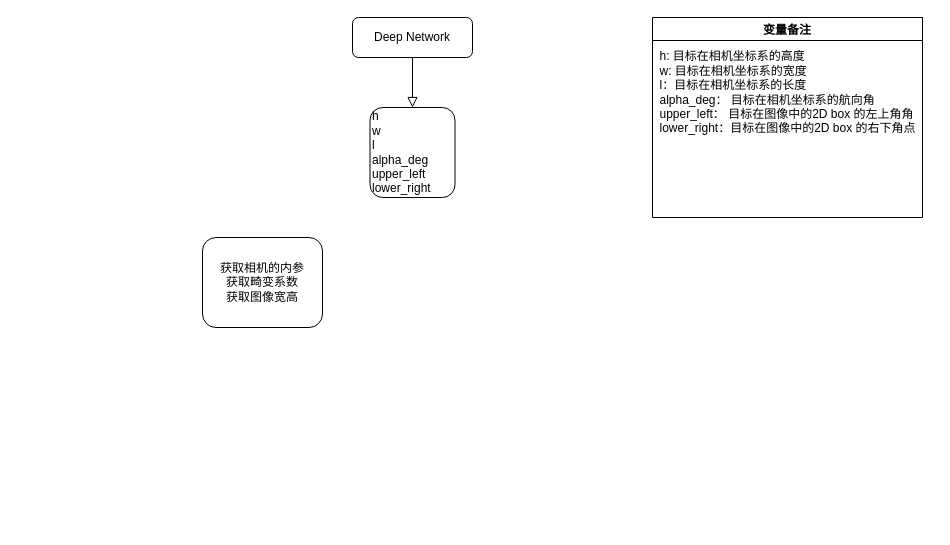
Earlier version of the draw.io diagram apollo_2d_to_3d.drawio (bugquella/diagrams). Source tidied: cells renumbered, new cells numbered last; positions are measured from the earlier drawing's top-left corner, leaving out a move shared by most shapes. Both pictures are drawn from the tidied source at 100%, with x=0, y=0 at pixel (202, 17).
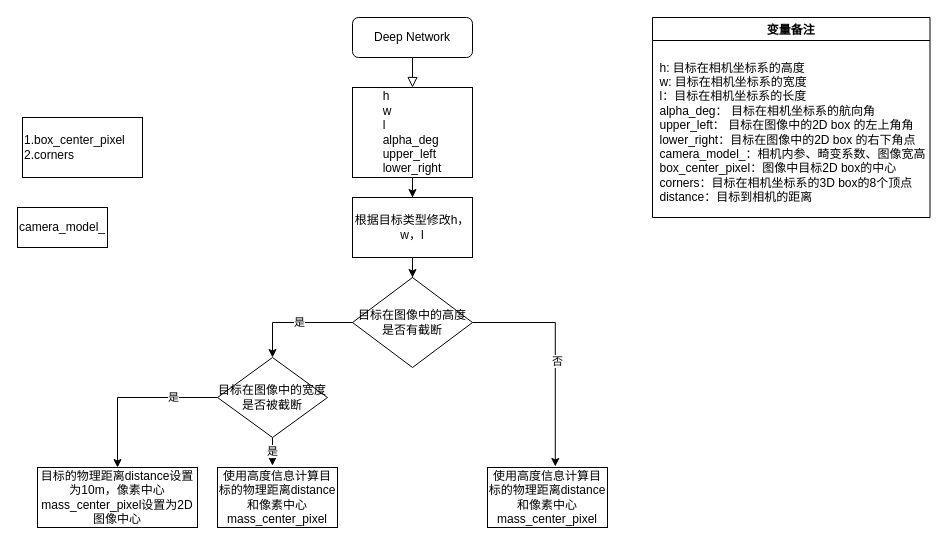
Above is the later version.

The change refers to these unchanged cells:
```xml
<mxCell id="3" value="Deep Network" style="rounded=1;whiteSpace=wrap;html=1;fontSize=12;glass=0;strokeWidth=1;shadow=0;" parent="1" vertex="1">
  <mxGeometry x="150" width="120" height="40" as="geometry" />
</mxCell>
```

Change to the diagram source:
```diff
@@
-    <mxCell id="2" style="rounded=0;html=1;jettySize=auto;fontSize=11;endArrow=block;endFill=0;endSize=8;strokeWidth=1;shadow=0;labelBackgroundColor=none;edgeStyle=orthogonalEdgeStyle;" parent="1" edge="1" source="3" target="5">
+    <mxCell id="2" style="rounded=0;html=1;jettySize=auto;fontSize=11;endArrow=block;endFill=0;endSize=8;strokeWidth=1;shadow=0;labelBackgroundColor=none;edgeStyle=orthogonalEdgeStyle;entryX=0.5;entryY=0;entryDx=0;entryDy=0;" parent="1" edge="1" source="3" target="5">
       <mxGeometry relative="1" as="geometry" />
     </mxCell>
@@
-    <mxCell id="4" value="&lt;div&gt;获取相机的内参&lt;/div&gt;&lt;div&gt;获取畸变系数&lt;br&gt;获取图像宽高&lt;br&gt;&lt;/div&gt;" style="rounded=1;whiteSpace=wrap;html=1;fontSize=12;glass=0;strokeWidth=1;shadow=0;" parent="1" vertex="1">
-      <mxGeometry y="220" width="120" height="90" as="geometry" />
-    </mxCell>
-    <mxCell id="5" value="&lt;div align=&quot;left&quot;&gt;h&lt;br&gt;w&lt;br&gt;l&lt;br&gt;alpha_deg&lt;/div&gt;&lt;div align=&quot;left&quot;&gt;upper_left&lt;br&gt;lower_right&lt;/div&gt;" style="rounded=1;whiteSpace=wrap;html=1;fontSize=12;glass=0;strokeWidth=1;shadow=0;align=left;" parent="1" vertex="1">
-      <mxGeometry x="167.5" y="90" width="85" height="90" as="geometry" />
-    </mxCell>
     <mxCell id="6" value="变量备注" style="swimlane;" parent="1" vertex="1">
-      <mxGeometry x="450" width="270" height="200" as="geometry" />
+      <mxGeometry x="450" width="277.5" height="200" as="geometry" />
     </mxCell>
-    <mxCell id="7" value="&lt;div align=&quot;left&quot;&gt;h: 目标在相机坐标系的高度&lt;br&gt;w: 目标在相机坐标系的宽度&lt;br&gt;l：目标在相机坐标系的长度&lt;br&gt;alpha_deg： 目标在相机坐标系的航向角&lt;/div&gt;&lt;div align=&quot;left&quot;&gt;upper_left： 目标在图像中的2D box 的左上角角&lt;br&gt;lower_right：目标在图像中的2D box 的右下角点&lt;/div&gt;" style="text;html=1;align=center;verticalAlign=middle;strokeColor=none;" parent="6" vertex="1">
-      <mxGeometry y="30" width="270" height="90" as="geometry" />
+    <mxCell id="7" value="&lt;div align=&quot;left&quot;&gt;h: 目标在相机坐标系的高度&lt;br&gt;w: 目标在相机坐标系的宽度&lt;br&gt;l：目标在相机坐标系的长度&lt;br&gt;alpha_deg： 目标在相机坐标系的航向角&lt;/div&gt;&lt;div align=&quot;left&quot;&gt;upper_left： 目标在图像中的2D box 的左上角角&lt;br&gt;lower_right：目标在图像中的2D box 的右下角点&lt;br&gt;&lt;div&gt;camera_model_：相机内参、畸变系数、图像宽高&lt;/div&gt;&lt;div&gt;box_center_pixel：图像中目标2D box的中心&lt;/div&gt;&lt;div&gt;corners：目标在相机坐标系的3D box的8个顶点&lt;/div&gt;&lt;div&gt;distance：目标到相机的距离&lt;/div&gt;&lt;/div&gt;" style="text;html=1;align=center;verticalAlign=middle;strokeColor=none;" parent="6" vertex="1">
+      <mxGeometry y="40" width="280" height="150" as="geometry" />
     </mxCell>
+    <mxCell id="8" style="edgeStyle=orthogonalEdgeStyle;rounded=0;jettySize=auto;html=1;" parent="1" edge="1" source="5" target="18">
+      <mxGeometry relative="1" as="geometry" />
+    </mxCell>
+    <mxCell id="5" value="&lt;div align=&quot;left&quot;&gt;h&lt;br&gt;w&lt;br&gt;l&lt;br&gt;alpha_deg&lt;/div&gt;&lt;div align=&quot;left&quot;&gt;upper_left&lt;br&gt;lower_right&lt;/div&gt;" style="rounded=0;whiteSpace=wrap;html=1;" parent="1" vertex="1">
+      <mxGeometry x="150" y="70" width="120" height="90" as="geometry" />
+    </mxCell>
+    <mxCell id="9" value="&lt;div&gt;camera_model_&lt;/div&gt;" style="rounded=0;whiteSpace=wrap;html=1;" parent="1" vertex="1">
+      <mxGeometry x="-185" y="190" width="90" height="40" as="geometry" />
+    </mxCell>
+    <mxCell id="10" value="&lt;div&gt;1.box_center_pixel&lt;/div&gt;&lt;div&gt;2.corners&lt;br&gt;&lt;/div&gt;" style="rounded=0;whiteSpace=wrap;html=1;align=left;" parent="1" vertex="1">
+      <mxGeometry x="-180" y="100" width="120" height="60" as="geometry" />
+    </mxCell>
+    <mxCell id="11" style="edgeStyle=orthogonalEdgeStyle;rounded=0;jettySize=auto;html=1;entryX=0.565;entryY=-0.017;entryDx=0;entryDy=0;entryPerimeter=0;" parent="1" edge="1" source="15" target="16">
+      <mxGeometry relative="1" as="geometry" />
+    </mxCell>
+    <mxCell id="12" value="否" style="edgeLabel;html=1;align=center;verticalAlign=middle;" parent="11" vertex="1">
+      <mxGeometry x="0.07" y="2" relative="1" as="geometry" />
+    </mxCell>
+    <mxCell id="13" style="edgeStyle=orthogonalEdgeStyle;rounded=0;jettySize=auto;html=1;entryX=0.5;entryY=0;entryDx=0;entryDy=0;" parent="1" edge="1" source="15" target="22">
+      <mxGeometry relative="1" as="geometry" />
+    </mxCell>
+    <mxCell id="14" value="是" style="edgeLabel;html=1;align=center;verticalAlign=middle;" parent="13" vertex="1">
+      <mxGeometry x="-0.06" y="-1" relative="1" as="geometry" />
+    </mxCell>
+    <mxCell id="15" value="&lt;div&gt;目标在图像中的高度是否有截断&lt;/div&gt;" style="rhombus;whiteSpace=wrap;html=1;align=center;" parent="1" vertex="1">
+      <mxGeometry x="150" y="260" width="120" height="90" as="geometry" />
+    </mxCell>
+    <mxCell id="16" value="使用高度信息计算目标的物理距离distance和像素中心mass_center_pixel" style="rounded=0;whiteSpace=wrap;html=1;align=center;" parent="1" vertex="1">
+      <mxGeometry x="285" y="450" width="120" height="60" as="geometry" />
+    </mxCell>
+    <mxCell id="17" style="edgeStyle=orthogonalEdgeStyle;rounded=0;jettySize=auto;html=1;" parent="1" edge="1" source="18" target="15">
+      <mxGeometry relative="1" as="geometry" />
+    </mxCell>
+    <mxCell id="18" value="根据目标类型修改h，w，l" style="rounded=0;whiteSpace=wrap;html=1;align=center;" parent="1" vertex="1">
+      <mxGeometry x="150" y="180" width="120" height="60" as="geometry" />
+    </mxCell>
+    <mxCell id="19" style="edgeStyle=orthogonalEdgeStyle;rounded=0;jettySize=auto;html=1;entryX=0.5;entryY=0;entryDx=0;entryDy=0;" parent="1" edge="1" source="22" target="23">
+      <mxGeometry relative="1" as="geometry" />
+    </mxCell>
+    <mxCell id="20" value="是" style="edgeLabel;html=1;align=center;verticalAlign=middle;" parent="19" vertex="1">
+      <mxGeometry x="-0.47" y="-1" relative="1" as="geometry" />
+    </mxCell>
+    <mxCell id="21" value="是" style="edgeStyle=orthogonalEdgeStyle;rounded=0;jettySize=auto;html=1;entryX=0.458;entryY=-0.031;entryDx=0;entryDy=0;entryPerimeter=0;" parent="1" edge="1" source="22" target="24">
+      <mxGeometry relative="1" as="geometry">
+        <Array as="points">
+          <mxPoint x="70" y="430" />
+          <mxPoint x="70" y="430" />
+        </Array>
+      </mxGeometry>
+    </mxCell>
+    <mxCell id="22" value="目标在图像中的宽度是否被截断" style="rhombus;whiteSpace=wrap;html=1;align=center;" parent="1" vertex="1">
+      <mxGeometry x="15" y="340" width="110" height="80" as="geometry" />
+    </mxCell>
+    <mxCell id="23" value="目标的物理距离distance设置为10m，像素中心mass_center_pixel设置为2D图像中心" style="rounded=0;whiteSpace=wrap;html=1;align=center;" parent="1" vertex="1">
+      <mxGeometry x="-165" y="450" width="160" height="60" as="geometry" />
+    </mxCell>
+    <mxCell id="24" value="使用高度信息计算目标的物理距离distance和像素中心mass_center_pixel" style="rounded=0;whiteSpace=wrap;html=1;align=center;" parent="1" vertex="1">
+      <mxGeometry x="15" y="450" width="120" height="60" as="geometry" />
+    </mxCell>
```
